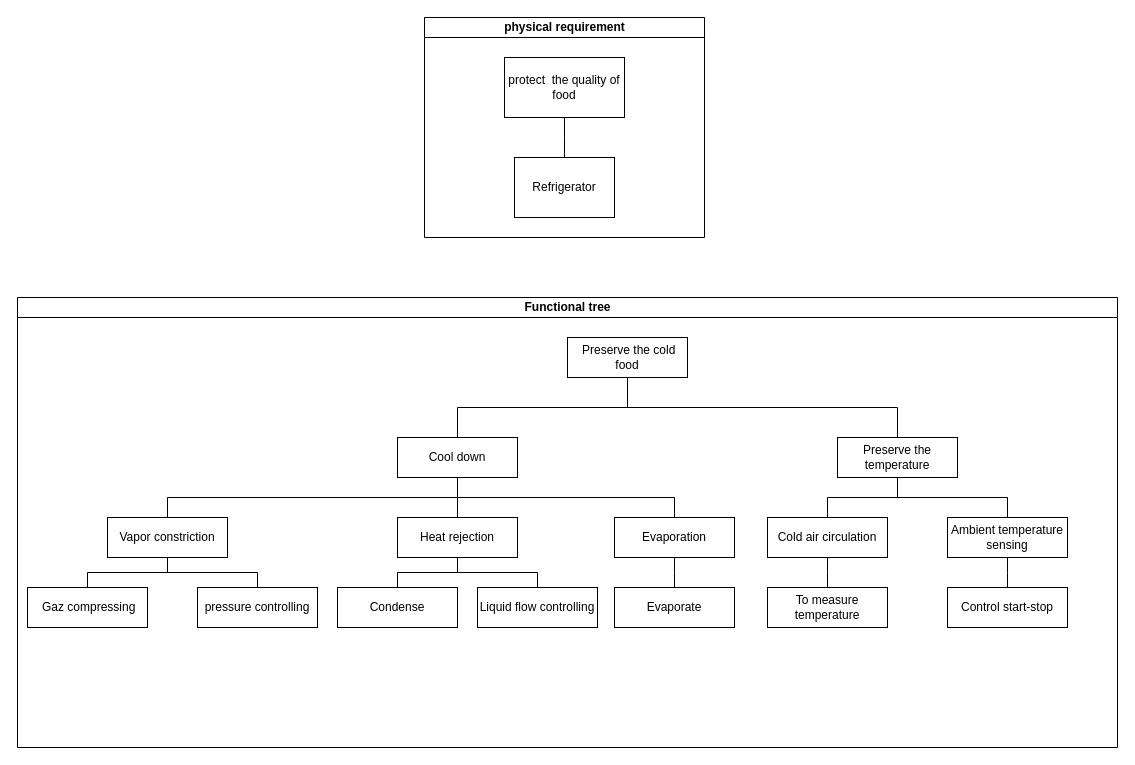
amerezoji1362/drawio-github keeps this draw.io diagram as Functional tree for template.drawio. Above is the earlier version. Source tidied: cells renumbered, new cells numbered last; positions are measured from the earlier drawing's top-left corner, leaving out a move shared by most shapes. Both pictures are drawn from the tidied source at 100%, with x=0, y=0 at pixel (17, 17).
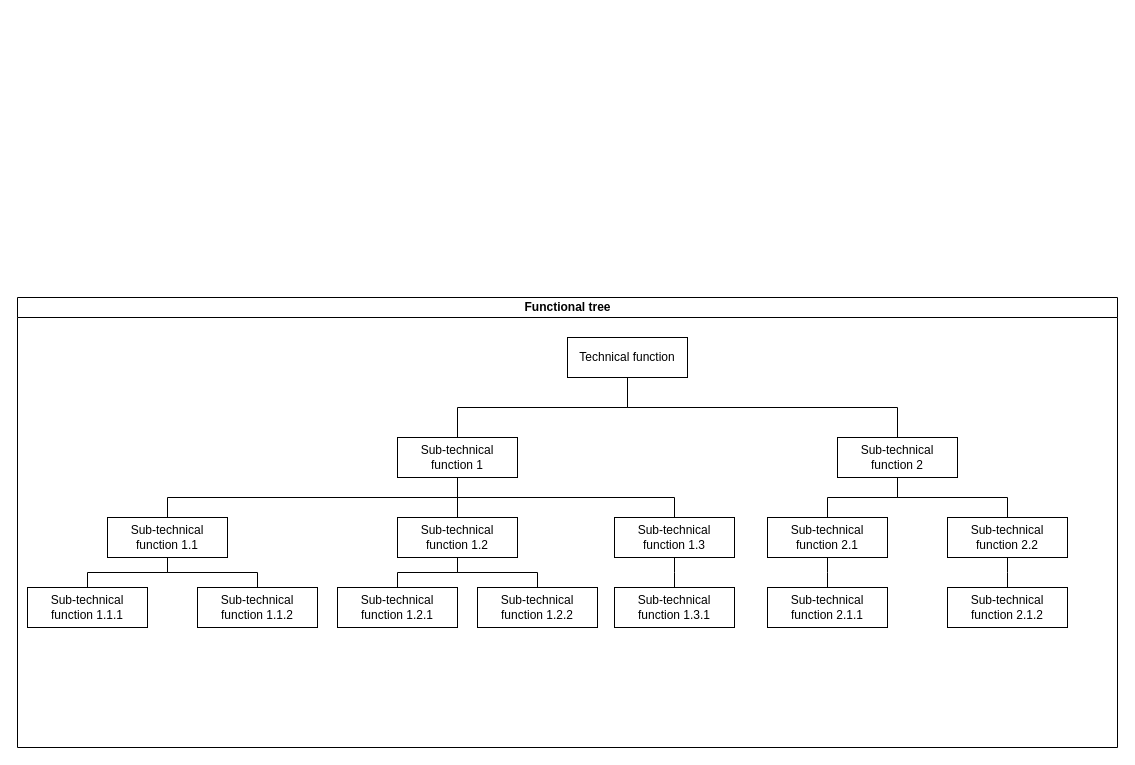
Above is the later version.

The change refers to these unchanged cells:
```xml
<mxCell id="6" value="Functional tree" style="swimlane;html=1;startSize=20;horizontal=1;containerType=tree;" parent="1" vertex="1">
  <mxGeometry y="280" width="1100" height="450" as="geometry" />
</mxCell>
```

Change to the diagram source:
```diff
@@
-    <mxCell id="2" value="physical requirement" style="swimlane;html=1;startSize=20;horizontal=1;containerType=tree;newEdgeStyle={&quot;edgeStyle&quot;:&quot;elbowEdgeStyle&quot;,&quot;startArrow&quot;:&quot;none&quot;,&quot;endArrow&quot;:&quot;none&quot;};" parent="1" vertex="1">
-      <mxGeometry x="407" width="280" height="220" as="geometry" />
-    </mxCell>
-    <mxCell id="3" style="edgeStyle=elbowEdgeStyle;elbow=vertical;startArrow=none;endArrow=none;rounded=0;" parent="2" edge="1" source="4" target="5">
-      <mxGeometry relative="1" as="geometry" />
-    </mxCell>
-    <mxCell id="4" value="&lt;div&gt;protect&amp;nbsp; the quality of food&lt;/div&gt;" style="whiteSpace=wrap;html=1;align=center;newEdgeStyle={&quot;edgeStyle&quot;:&quot;elbowEdgeStyle&quot;,&quot;startArrow&quot;:&quot;none&quot;,&quot;endArrow&quot;:&quot;none&quot;};" parent="2" vertex="1">
-      <mxGeometry x="80" y="40" width="120" height="60" as="geometry" />
-    </mxCell>
-    <mxCell id="5" value="Refrigerator" style="whiteSpace=wrap;html=1;align=center;verticalAlign=middle;newEdgeStyle={&quot;edgeStyle&quot;:&quot;elbowEdgeStyle&quot;,&quot;startArrow&quot;:&quot;none&quot;,&quot;endArrow&quot;:&quot;none&quot;};" parent="2" vertex="1">
-      <mxGeometry x="90" y="140" width="100" height="60" as="geometry" />
-    </mxCell>
@@
-    <mxCell id="8" value="&amp;nbsp;Preserve the cold food" style="whiteSpace=wrap;html=1;newEdgeStyle={&quot;edgeStyle&quot;:&quot;elbowEdgeStyle&quot;,&quot;startArrow&quot;:&quot;none&quot;,&quot;endArrow&quot;:&quot;none&quot;};" parent="6" vertex="1">
+    <mxCell id="8" value="Technical function" style="whiteSpace=wrap;html=1;newEdgeStyle={&quot;edgeStyle&quot;:&quot;elbowEdgeStyle&quot;,&quot;startArrow&quot;:&quot;none&quot;,&quot;endArrow&quot;:&quot;none&quot;};" parent="6" vertex="1">
       <mxGeometry x="550" y="40" width="120" height="40" as="geometry" />
     </mxCell>
-    <mxCell id="9" value="&lt;div&gt;Cool down&lt;/div&gt;" style="whiteSpace=wrap;html=1;newEdgeStyle={&quot;edgeStyle&quot;:&quot;elbowEdgeStyle&quot;,&quot;startArrow&quot;:&quot;none&quot;,&quot;endArrow&quot;:&quot;none&quot;};" parent="6" vertex="1">
+    <mxCell id="9" value="Sub-technical function 1" style="whiteSpace=wrap;html=1;newEdgeStyle={&quot;edgeStyle&quot;:&quot;elbowEdgeStyle&quot;,&quot;startArrow&quot;:&quot;none&quot;,&quot;endArrow&quot;:&quot;none&quot;};" parent="6" vertex="1">
       <mxGeometry x="380" y="140" width="120" height="40" as="geometry" />
     </mxCell>
@@
-    <mxCell id="11" value="&lt;div&gt;Preserve the temperature&lt;br&gt;&lt;/div&gt;" style="whiteSpace=wrap;html=1;newEdgeStyle={&quot;edgeStyle&quot;:&quot;elbowEdgeStyle&quot;,&quot;startArrow&quot;:&quot;none&quot;,&quot;endArrow&quot;:&quot;none&quot;};" parent="6" vertex="1">
+    <mxCell id="11" value="&lt;div&gt;Sub-technical function 2&lt;br&gt;&lt;/div&gt;" style="whiteSpace=wrap;html=1;newEdgeStyle={&quot;edgeStyle&quot;:&quot;elbowEdgeStyle&quot;,&quot;startArrow&quot;:&quot;none&quot;,&quot;endArrow&quot;:&quot;none&quot;};" parent="6" vertex="1">
       <mxGeometry x="820" y="140" width="120" height="40" as="geometry" />
     </mxCell>
@@
-    <mxCell id="13" value="Heat rejection" style="whiteSpace=wrap;html=1;newEdgeStyle={&quot;edgeStyle&quot;:&quot;elbowEdgeStyle&quot;,&quot;startArrow&quot;:&quot;none&quot;,&quot;endArrow&quot;:&quot;none&quot;};" parent="6" vertex="1">
+    <mxCell id="13" value="Sub-technical function 1.2" style="whiteSpace=wrap;html=1;newEdgeStyle={&quot;edgeStyle&quot;:&quot;elbowEdgeStyle&quot;,&quot;startArrow&quot;:&quot;none&quot;,&quot;endArrow&quot;:&quot;none&quot;};" parent="6" vertex="1">
       <mxGeometry x="380" y="220" width="120" height="40" as="geometry" />
     </mxCell>
@@
-    <mxCell id="15" value="&lt;div&gt;Vapor constriction&lt;br&gt;&lt;/div&gt;" style="whiteSpace=wrap;html=1;newEdgeStyle={&quot;edgeStyle&quot;:&quot;elbowEdgeStyle&quot;,&quot;startArrow&quot;:&quot;none&quot;,&quot;endArrow&quot;:&quot;none&quot;};" parent="6" vertex="1">
+    <mxCell id="15" value="Sub-technical function 1.1" style="whiteSpace=wrap;html=1;newEdgeStyle={&quot;edgeStyle&quot;:&quot;elbowEdgeStyle&quot;,&quot;startArrow&quot;:&quot;none&quot;,&quot;endArrow&quot;:&quot;none&quot;};" parent="6" vertex="1">
       <mxGeometry x="90" y="220" width="120" height="40" as="geometry" />
     </mxCell>
@@
-    <mxCell id="17" value="Evaporation" style="whiteSpace=wrap;html=1;newEdgeStyle={&quot;edgeStyle&quot;:&quot;elbowEdgeStyle&quot;,&quot;startArrow&quot;:&quot;none&quot;,&quot;endArrow&quot;:&quot;none&quot;};" parent="6" vertex="1">
+    <mxCell id="17" value="Sub-technical function 1.3" style="whiteSpace=wrap;html=1;newEdgeStyle={&quot;edgeStyle&quot;:&quot;elbowEdgeStyle&quot;,&quot;startArrow&quot;:&quot;none&quot;,&quot;endArrow&quot;:&quot;none&quot;};" parent="6" vertex="1">
       <mxGeometry x="597" y="220" width="120" height="40" as="geometry" />
     </mxCell>
@@
-    <mxCell id="19" value="&lt;div&gt;Cold air circulation&lt;br&gt;&lt;/div&gt;" style="whiteSpace=wrap;html=1;newEdgeStyle={&quot;edgeStyle&quot;:&quot;elbowEdgeStyle&quot;,&quot;startArrow&quot;:&quot;none&quot;,&quot;endArrow&quot;:&quot;none&quot;};" parent="6" vertex="1">
+    <mxCell id="19" value="&lt;div&gt;Sub-technical function 2.1&lt;/div&gt;" style="whiteSpace=wrap;html=1;newEdgeStyle={&quot;edgeStyle&quot;:&quot;elbowEdgeStyle&quot;,&quot;startArrow&quot;:&quot;none&quot;,&quot;endArrow&quot;:&quot;none&quot;};" parent="6" vertex="1">
       <mxGeometry x="750" y="220" width="120" height="40" as="geometry" />
     </mxCell>
@@
-    <mxCell id="21" value="Ambient temperature sensing " style="whiteSpace=wrap;html=1;newEdgeStyle={&quot;edgeStyle&quot;:&quot;elbowEdgeStyle&quot;,&quot;startArrow&quot;:&quot;none&quot;,&quot;endArrow&quot;:&quot;none&quot;};" parent="6" vertex="1">
+    <mxCell id="21" value="Sub-technical function 2.2" style="whiteSpace=wrap;html=1;newEdgeStyle={&quot;edgeStyle&quot;:&quot;elbowEdgeStyle&quot;,&quot;startArrow&quot;:&quot;none&quot;,&quot;endArrow&quot;:&quot;none&quot;};" parent="6" vertex="1">
       <mxGeometry x="930" y="220" width="120" height="40" as="geometry" />
     </mxCell>
@@
-    <mxCell id="23" value="&amp;nbsp;Gaz compressing" style="whiteSpace=wrap;html=1;newEdgeStyle={&quot;edgeStyle&quot;:&quot;elbowEdgeStyle&quot;,&quot;startArrow&quot;:&quot;none&quot;,&quot;endArrow&quot;:&quot;none&quot;};" parent="6" vertex="1">
+    <mxCell id="23" value="Sub-technical function 1.1.1" style="whiteSpace=wrap;html=1;newEdgeStyle={&quot;edgeStyle&quot;:&quot;elbowEdgeStyle&quot;,&quot;startArrow&quot;:&quot;none&quot;,&quot;endArrow&quot;:&quot;none&quot;};" parent="6" vertex="1">
       <mxGeometry x="10" y="290" width="120" height="40" as="geometry" />
     </mxCell>
@@
-    <mxCell id="25" value="&lt;div&gt;pressure controlling&lt;br&gt;&lt;/div&gt;" style="whiteSpace=wrap;html=1;newEdgeStyle={&quot;edgeStyle&quot;:&quot;elbowEdgeStyle&quot;,&quot;startArrow&quot;:&quot;none&quot;,&quot;endArrow&quot;:&quot;none&quot;};" parent="6" vertex="1">
+    <mxCell id="25" value="Sub-technical function 1.1.2" style="whiteSpace=wrap;html=1;newEdgeStyle={&quot;edgeStyle&quot;:&quot;elbowEdgeStyle&quot;,&quot;startArrow&quot;:&quot;none&quot;,&quot;endArrow&quot;:&quot;none&quot;};" parent="6" vertex="1">
       <mxGeometry x="180" y="290" width="120" height="40" as="geometry" />
     </mxCell>
@@
-    <mxCell id="27" value="Condense" style="whiteSpace=wrap;html=1;newEdgeStyle={&quot;edgeStyle&quot;:&quot;elbowEdgeStyle&quot;,&quot;startArrow&quot;:&quot;none&quot;,&quot;endArrow&quot;:&quot;none&quot;};" parent="6" vertex="1">
+    <mxCell id="27" value="Sub-technical function 1.2.1" style="whiteSpace=wrap;html=1;newEdgeStyle={&quot;edgeStyle&quot;:&quot;elbowEdgeStyle&quot;,&quot;startArrow&quot;:&quot;none&quot;,&quot;endArrow&quot;:&quot;none&quot;};" parent="6" vertex="1">
       <mxGeometry x="320" y="290" width="120" height="40" as="geometry" />
     </mxCell>
@@
-    <mxCell id="29" value="Liquid flow controlling" style="whiteSpace=wrap;html=1;newEdgeStyle={&quot;edgeStyle&quot;:&quot;elbowEdgeStyle&quot;,&quot;startArrow&quot;:&quot;none&quot;,&quot;endArrow&quot;:&quot;none&quot;};" parent="6" vertex="1">
+    <mxCell id="29" value="Sub-technical function 1.2.2" style="whiteSpace=wrap;html=1;newEdgeStyle={&quot;edgeStyle&quot;:&quot;elbowEdgeStyle&quot;,&quot;startArrow&quot;:&quot;none&quot;,&quot;endArrow&quot;:&quot;none&quot;};" parent="6" vertex="1">
       <mxGeometry x="460" y="290" width="120" height="40" as="geometry" />
     </mxCell>
@@
-    <mxCell id="31" value="Evaporate" style="whiteSpace=wrap;html=1;newEdgeStyle={&quot;edgeStyle&quot;:&quot;elbowEdgeStyle&quot;,&quot;startArrow&quot;:&quot;none&quot;,&quot;endArrow&quot;:&quot;none&quot;};" parent="6" vertex="1">
+    <mxCell id="31" value="Sub-technical function 1.3.1" style="whiteSpace=wrap;html=1;newEdgeStyle={&quot;edgeStyle&quot;:&quot;elbowEdgeStyle&quot;,&quot;startArrow&quot;:&quot;none&quot;,&quot;endArrow&quot;:&quot;none&quot;};" parent="6" vertex="1">
       <mxGeometry x="597" y="290" width="120" height="40" as="geometry" />
     </mxCell>
@@
-    <mxCell id="33" value="&lt;div&gt;To measure temperature&lt;br&gt;&lt;/div&gt;" style="whiteSpace=wrap;html=1;newEdgeStyle={&quot;edgeStyle&quot;:&quot;elbowEdgeStyle&quot;,&quot;startArrow&quot;:&quot;none&quot;,&quot;endArrow&quot;:&quot;none&quot;};" parent="6" vertex="1">
+    <mxCell id="33" value="&lt;div&gt;Sub-technical function 2.1.1&lt;/div&gt;" style="whiteSpace=wrap;html=1;newEdgeStyle={&quot;edgeStyle&quot;:&quot;elbowEdgeStyle&quot;,&quot;startArrow&quot;:&quot;none&quot;,&quot;endArrow&quot;:&quot;none&quot;};" parent="6" vertex="1">
       <mxGeometry x="750" y="290" width="120" height="40" as="geometry" />
     </mxCell>
@@
-    <mxCell id="35" value="Control start-stop" style="whiteSpace=wrap;html=1;newEdgeStyle={&quot;edgeStyle&quot;:&quot;elbowEdgeStyle&quot;,&quot;startArrow&quot;:&quot;none&quot;,&quot;endArrow&quot;:&quot;none&quot;};" parent="6" vertex="1">
+    <mxCell id="35" value="&lt;div&gt;Sub-technical function 2.1.2&lt;/div&gt;" style="whiteSpace=wrap;html=1;newEdgeStyle={&quot;edgeStyle&quot;:&quot;elbowEdgeStyle&quot;,&quot;startArrow&quot;:&quot;none&quot;,&quot;endArrow&quot;:&quot;none&quot;};" parent="6" vertex="1">
       <mxGeometry x="930" y="290" width="120" height="40" as="geometry" />
     </mxCell>
```
